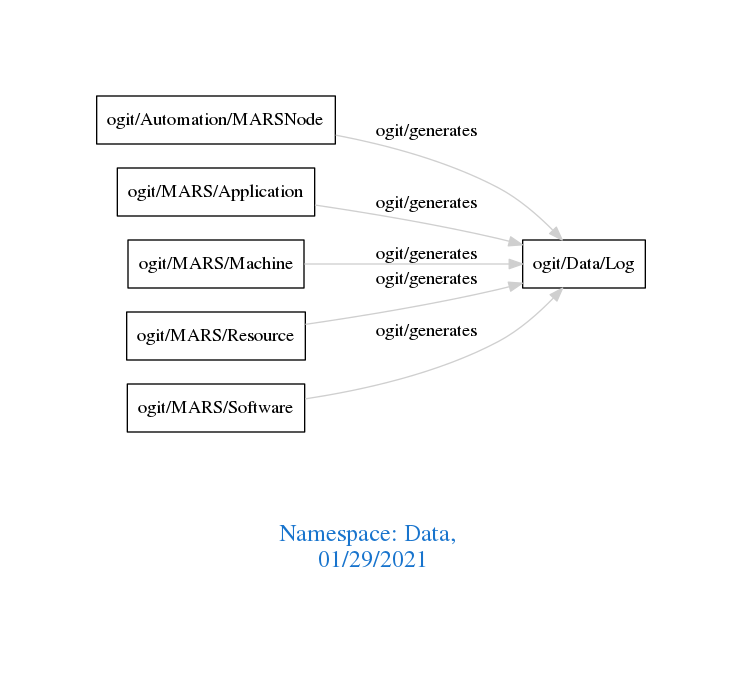
This is downloads/Data.png from arago/OGIT, a Graphviz export, as it was before one commit. Its source is kept beside it as downloads/Data.dot.
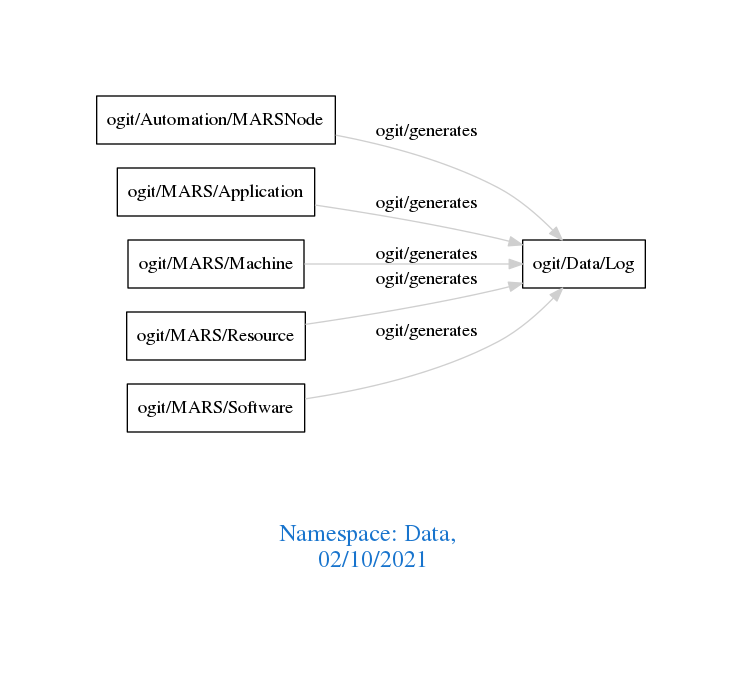
Later version of the same file.

Diff of the diagram source:
```diff
@@ -1,7 +1,7 @@
 digraph OGIT_ontology {
  graph [ rankdir= LR,pad=1
 fontsize = 18,
-fontcolor= dodgerblue3,label = "\n\n\nNamespace: Data, \n 01/29/2021"];
+fontcolor= dodgerblue3,label = "\n\n\nNamespace: Data, \n 02/10/2021"];
 node[shape=polygon];
 edge [  color="gray81"];
 
```
